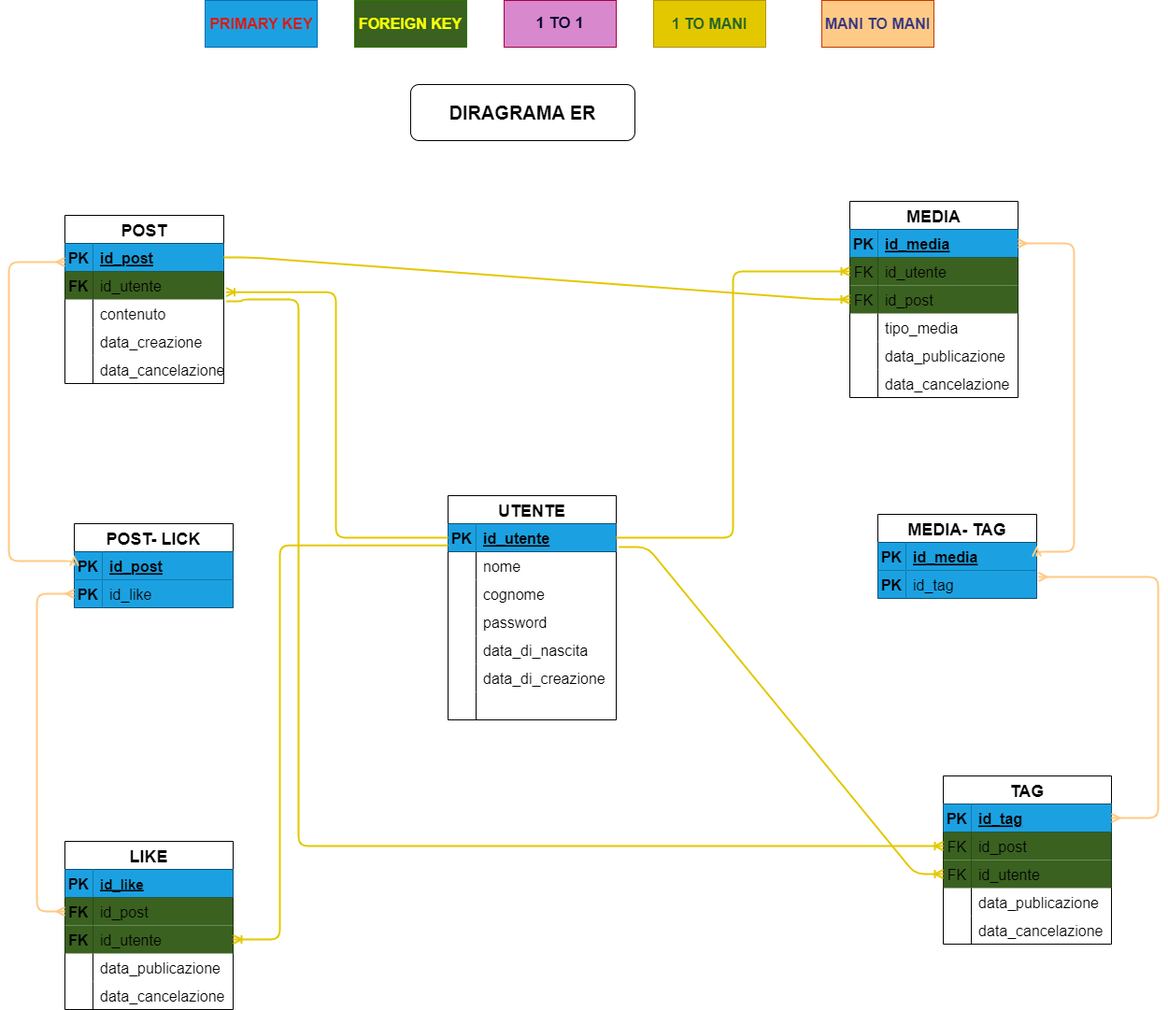
Earlier version of the draw.io export diagrama-er.drawio.png (telcheno/social-platform). Source tidied: cells renumbered, new cells last; positions are measured from the earlier drawing's top-left corner, leaving out a move shared by most shapes.
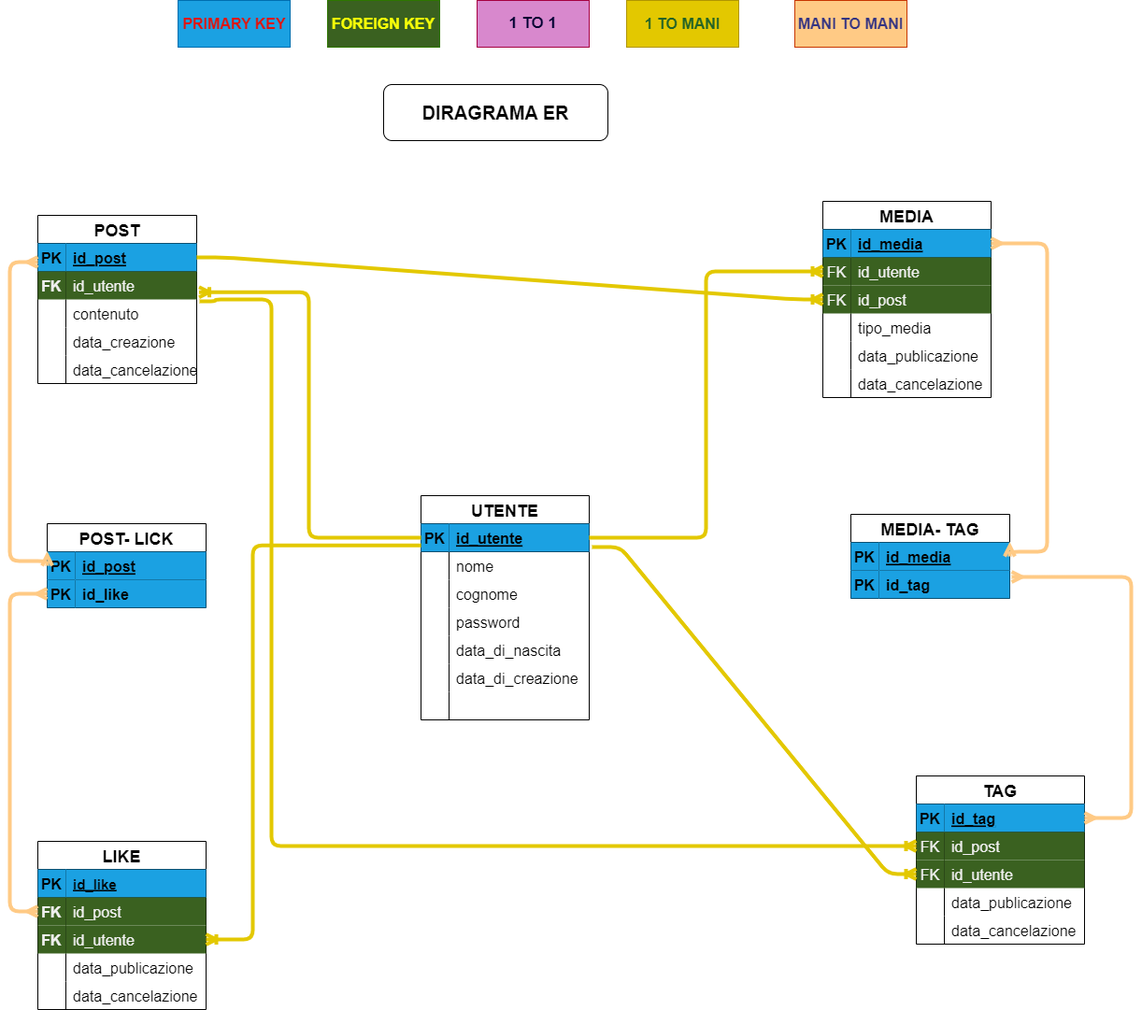
After the change.

Change to the diagram source:
```diff
@@ -83,10 +83,10 @@
     <mxCell id="28" style="shape=tableRow;horizontal=0;startSize=0;swimlaneHead=0;swimlaneBody=0;fillColor=none;points=[[0,0.5],[1,0.5]];portConstraint=eastwest;top=0;left=0;right=0;bottom=0;fontStyle=1;fontSize=16;" parent="24" vertex="1">
       <mxGeometry y="60" width="170" height="30" as="geometry" />
     </mxCell>
-    <mxCell id="29" value="FK" style="shape=partialRectangle;fillColor=#3A6120;top=0;left=0;bottom=0;right=0;overflow=hidden;fontStyle=1;fontSize=16;" parent="28" vertex="1">
+    <mxCell id="29" value="FK" style="shape=partialRectangle;fillColor=#3A6120;top=0;left=0;bottom=0;right=0;overflow=hidden;fontStyle=1;fontSize=16;fontColor=#f0f0f0;" parent="28" vertex="1">
       <mxGeometry width="30" height="30" as="geometry" />
     </mxCell>
-    <mxCell id="30" value="id_utente" style="shape=partialRectangle;fillColor=#3A6120;top=0;left=0;bottom=0;right=0;align=left;spacingLeft=6;overflow=hidden;fontSize=16;fontStyle=0;" parent="28" vertex="1">
+    <mxCell id="30" value="id_utente" style="shape=partialRectangle;fillColor=#3A6120;top=0;left=0;bottom=0;right=0;align=left;spacingLeft=6;overflow=hidden;fontSize=16;fontStyle=0;fontColor=#f0f0f0;" parent="28" vertex="1">
       <mxGeometry x="30" width="140" height="30" as="geometry" />
     </mxCell>
     <mxCell id="31" style="shape=tableRow;horizontal=0;startSize=0;swimlaneHead=0;swimlaneBody=0;fillColor=none;points=[[0,0.5],[1,0.5]];portConstraint=eastwest;top=0;left=0;right=0;bottom=0;" parent="24" vertex="1">
@@ -131,19 +131,19 @@
     <mxCell id="44" style="shape=tableRow;horizontal=0;startSize=0;swimlaneHead=0;swimlaneBody=0;fillColor=none;points=[[0,0.5],[1,0.5]];portConstraint=eastwest;top=0;left=0;right=0;bottom=0;" parent="40" vertex="1">
       <mxGeometry y="60" width="180" height="30" as="geometry" />
     </mxCell>
-    <mxCell id="45" value="FK" style="shape=partialRectangle;fillColor=#3A6120;top=0;left=0;bottom=0;right=0;overflow=hidden;fontSize=16;" parent="44" vertex="1">
+    <mxCell id="45" value="FK" style="shape=partialRectangle;fillColor=#3A6120;top=0;left=0;bottom=0;right=0;overflow=hidden;fontSize=16;fontStyle=0;fontColor=#f0f0f0;" parent="44" vertex="1">
       <mxGeometry width="30" height="30" as="geometry" />
     </mxCell>
-    <mxCell id="46" value="id_utente" style="shape=partialRectangle;fillColor=#3A6120;top=0;left=0;bottom=0;right=0;align=left;spacingLeft=6;overflow=hidden;fontSize=16;" parent="44" vertex="1">
+    <mxCell id="46" value="id_utente" style="shape=partialRectangle;fillColor=#3A6120;top=0;left=0;bottom=0;right=0;align=left;spacingLeft=6;overflow=hidden;fontSize=16;fontColor=#f0f0f0;" parent="44" vertex="1">
       <mxGeometry x="30" width="150" height="30" as="geometry" />
     </mxCell>
     <mxCell id="47" style="shape=tableRow;horizontal=0;startSize=0;swimlaneHead=0;swimlaneBody=0;fillColor=none;points=[[0,0.5],[1,0.5]];portConstraint=eastwest;top=0;left=0;right=0;bottom=0;" parent="40" vertex="1">
       <mxGeometry y="90" width="180" height="30" as="geometry" />
     </mxCell>
-    <mxCell id="48" value="FK" style="shape=partialRectangle;fillColor=#3A6120;top=0;left=0;bottom=0;right=0;overflow=hidden;fontSize=16;" parent="47" vertex="1">
+    <mxCell id="48" value="FK" style="shape=partialRectangle;fillColor=#3A6120;top=0;left=0;bottom=0;right=0;overflow=hidden;fontSize=16;fontColor=#f0f0f0;" parent="47" vertex="1">
       <mxGeometry width="30" height="30" as="geometry" />
     </mxCell>
-    <mxCell id="49" value="id_post" style="shape=partialRectangle;fillColor=#3A6120;top=0;left=0;bottom=0;right=0;align=left;spacingLeft=6;overflow=hidden;fontSize=16;" parent="47" vertex="1">
+    <mxCell id="49" value="id_post" style="shape=partialRectangle;fillColor=#3A6120;top=0;left=0;bottom=0;right=0;align=left;spacingLeft=6;overflow=hidden;fontSize=16;fontColor=#f0f0f0;" parent="47" vertex="1">
       <mxGeometry x="30" width="150" height="30" as="geometry" />
     </mxCell>
     <mxCell id="50" style="shape=tableRow;horizontal=0;startSize=0;swimlaneHead=0;swimlaneBody=0;fillColor=none;top=0;left=0;right=0;bottom=0;" parent="40" vertex="1">
@@ -188,19 +188,19 @@
     <mxCell id="63" style="shape=tableRow;horizontal=0;startSize=0;swimlaneHead=0;swimlaneBody=0;fillColor=none;points=[[0,0.5],[1,0.5]];portConstraint=eastwest;top=0;left=0;right=0;bottom=0;" parent="59" vertex="1">
       <mxGeometry y="60" width="180" height="30" as="geometry" />
     </mxCell>
-    <mxCell id="64" value="FK" style="shape=partialRectangle;fillColor=#3A6120;top=0;left=0;bottom=0;right=0;overflow=hidden;fontSize=16;" parent="63" vertex="1">
+    <mxCell id="64" value="FK" style="shape=partialRectangle;fillColor=#3A6120;top=0;left=0;bottom=0;right=0;overflow=hidden;fontSize=16;fontColor=#f0f0f0;" parent="63" vertex="1">
       <mxGeometry width="30" height="30" as="geometry" />
     </mxCell>
-    <mxCell id="65" value="id_post" style="shape=partialRectangle;fillColor=#3A6120;top=0;left=0;bottom=0;right=0;align=left;spacingLeft=6;overflow=hidden;fontSize=16;" parent="63" vertex="1">
+    <mxCell id="65" value="id_post" style="shape=partialRectangle;fillColor=#3A6120;top=0;left=0;bottom=0;right=0;align=left;spacingLeft=6;overflow=hidden;fontSize=16;fontColor=#f0f0f0;" parent="63" vertex="1">
       <mxGeometry x="30" width="150" height="30" as="geometry" />
     </mxCell>
     <mxCell id="66" style="shape=tableRow;horizontal=0;startSize=0;swimlaneHead=0;swimlaneBody=0;fillColor=none;points=[[0,0.5],[1,0.5]];portConstraint=eastwest;top=0;left=0;right=0;bottom=0;" parent="59" vertex="1">
       <mxGeometry y="90" width="180" height="30" as="geometry" />
     </mxCell>
-    <mxCell id="67" value="FK" style="shape=partialRectangle;fillColor=#3A6120;top=0;left=0;bottom=0;right=0;overflow=hidden;fontSize=16;" parent="66" vertex="1">
+    <mxCell id="67" value="FK" style="shape=partialRectangle;fillColor=#3A6120;top=0;left=0;bottom=0;right=0;overflow=hidden;fontSize=16;fontColor=#f0f0f0;" parent="66" vertex="1">
       <mxGeometry width="30" height="30" as="geometry" />
     </mxCell>
-    <mxCell id="68" value="id_utente" style="shape=partialRectangle;fillColor=#3A6120;top=0;left=0;bottom=0;right=0;align=left;spacingLeft=6;overflow=hidden;fontSize=16;" parent="66" vertex="1">
+    <mxCell id="68" value="id_utente" style="shape=partialRectangle;fillColor=#3A6120;top=0;left=0;bottom=0;right=0;align=left;spacingLeft=6;overflow=hidden;fontSize=16;fontColor=#f0f0f0;" parent="66" vertex="1">
       <mxGeometry x="30" width="150" height="30" as="geometry" />
     </mxCell>
     <mxCell id="69" style="shape=tableRow;horizontal=0;startSize=0;swimlaneHead=0;swimlaneBody=0;fillColor=none;top=0;left=0;right=0;bottom=0;" parent="59" vertex="1">
@@ -236,19 +236,19 @@
     <mxCell id="79" style="shape=tableRow;horizontal=0;startSize=0;swimlaneHead=0;swimlaneBody=0;fillColor=none;points=[[0,0.5],[1,0.5]];portConstraint=eastwest;top=0;left=0;right=0;bottom=0;" parent="75" vertex="1">
       <mxGeometry y="60" width="180" height="30" as="geometry" />
     </mxCell>
-    <mxCell id="80" value="FK" style="shape=partialRectangle;fillColor=#3A6120;top=0;left=0;bottom=0;right=0;overflow=hidden;fontSize=16;fontStyle=1;" parent="79" vertex="1">
+    <mxCell id="80" value="FK" style="shape=partialRectangle;fillColor=#3A6120;top=0;left=0;bottom=0;right=0;overflow=hidden;fontSize=16;fontStyle=1;fontColor=#f0f0f0;" parent="79" vertex="1">
       <mxGeometry width="30" height="30" as="geometry" />
     </mxCell>
-    <mxCell id="81" value="id_post" style="shape=partialRectangle;fillColor=#3A6120;top=0;left=0;bottom=0;right=0;align=left;spacingLeft=6;overflow=hidden;fontSize=16;" parent="79" vertex="1">
+    <mxCell id="81" value="id_post" style="shape=partialRectangle;fillColor=#3A6120;top=0;left=0;bottom=0;right=0;align=left;spacingLeft=6;overflow=hidden;fontSize=16;fontColor=#f0f0f0;" parent="79" vertex="1">
       <mxGeometry x="30" width="150" height="30" as="geometry" />
     </mxCell>
     <mxCell id="82" style="shape=tableRow;horizontal=0;startSize=0;swimlaneHead=0;swimlaneBody=0;fillColor=none;points=[[0,0.5],[1,0.5]];portConstraint=eastwest;top=0;left=0;right=0;bottom=0;" parent="75" vertex="1">
       <mxGeometry y="90" width="180" height="30" as="geometry" />
     </mxCell>
-    <mxCell id="83" value="FK" style="shape=partialRectangle;fillColor=#3A6120;top=0;left=0;bottom=0;right=0;overflow=hidden;fontSize=16;fontStyle=1;" parent="82" vertex="1">
+    <mxCell id="83" value="FK" style="shape=partialRectangle;fillColor=#3A6120;top=0;left=0;bottom=0;right=0;overflow=hidden;fontSize=16;fontStyle=1;fontColor=#f0f0f0;" parent="82" vertex="1">
       <mxGeometry width="30" height="30" as="geometry" />
     </mxCell>
-    <mxCell id="84" value="id_utente" style="shape=partialRectangle;fillColor=#3A6120;top=0;left=0;bottom=0;right=0;align=left;spacingLeft=6;overflow=hidden;fontSize=16;" parent="82" vertex="1">
+    <mxCell id="84" value="id_utente" style="shape=partialRectangle;fillColor=#3A6120;top=0;left=0;bottom=0;right=0;align=left;spacingLeft=6;overflow=hidden;fontSize=16;fontColor=#f0f0f0;" parent="82" vertex="1">
       <mxGeometry x="30" width="150" height="30" as="geometry" />
     </mxCell>
     <mxCell id="85" style="shape=tableRow;horizontal=0;startSize=0;swimlaneHead=0;swimlaneBody=0;fillColor=none;top=0;left=0;right=0;bottom=0;" parent="75" vertex="1">
@@ -284,13 +284,13 @@
     <mxCell id="95" value="&lt;b&gt;&lt;font color=&quot;#343482&quot; style=&quot;font-size: 16px;&quot;&gt;MANI TO MANI&lt;/font&gt;&lt;/b&gt;" style="rounded=0;whiteSpace=wrap;html=1;fillColor=#FFCA85;fontColor=#000000;strokeColor=#C73500;" parent="1" vertex="1">
       <mxGeometry x="870" width="120" height="50" as="geometry" />
     </mxCell>
-    <mxCell id="96" style="edgeStyle=orthogonalEdgeStyle;fontSize=12;html=1;endArrow=ERoneToMany;fontColor=#343482;entryX=0;entryY=0.5;entryDx=0;entryDy=0;strokeColor=#E3C800;exitX=1;exitY=0.5;exitDx=0;exitDy=0;strokeWidth=2;" parent="1" edge="1" source="3" target="44">
+    <mxCell id="96" style="edgeStyle=orthogonalEdgeStyle;fontSize=12;html=1;endArrow=ERoneToMany;fontColor=#343482;entryX=0;entryY=0.5;entryDx=0;entryDy=0;strokeColor=#E3C800;exitX=1;exitY=0.5;exitDx=0;exitDy=0;strokeWidth=4;" parent="1" edge="1" source="3" target="44">
       <mxGeometry relative="1" as="geometry" />
     </mxCell>
-    <mxCell id="97" style="fontSize=12;html=1;endArrow=ERoneToMany;strokeColor=#E3C800;fontColor=#343482;strokeWidth=2;elbow=vertical;entryX=1.015;entryY=0.74;entryDx=0;entryDy=0;entryPerimeter=0;exitX=0;exitY=0.5;exitDx=0;exitDy=0;edgeStyle=orthogonalEdgeStyle;" parent="1" edge="1" source="3" target="28">
+    <mxCell id="97" style="fontSize=12;html=1;endArrow=ERoneToMany;strokeColor=#E3C800;fontColor=#343482;strokeWidth=4;elbow=vertical;entryX=1.015;entryY=0.74;entryDx=0;entryDy=0;entryPerimeter=0;exitX=0;exitY=0.5;exitDx=0;exitDy=0;edgeStyle=orthogonalEdgeStyle;" parent="1" edge="1" source="3" target="28">
       <mxGeometry relative="1" as="geometry" />
     </mxCell>
-    <mxCell id="98" style="edgeStyle=entityRelationEdgeStyle;fontSize=12;html=1;endArrow=ERoneToMany;strokeColor=#E3C800;strokeWidth=2;fontColor=#343482;elbow=vertical;exitX=1;exitY=0.5;exitDx=0;exitDy=0;entryX=0;entryY=0.5;entryDx=0;entryDy=0;" parent="1" edge="1" source="25" target="47">
+    <mxCell id="98" style="edgeStyle=entityRelationEdgeStyle;fontSize=12;html=1;endArrow=ERoneToMany;strokeColor=#E3C800;strokeWidth=4;fontColor=#343482;elbow=vertical;exitX=1;exitY=0.5;exitDx=0;exitDy=0;entryX=0;entryY=0.5;entryDx=0;entryDy=0;" parent="1" edge="1" source="25" target="47">
       <mxGeometry relative="1" as="geometry" />
     </mxCell>
     <mxCell id="99" value="POST- LICK" style="shape=table;startSize=30;rowLines=0;fontStyle=1;align=center;fontSize=18;" parent="1" vertex="1">
@@ -311,20 +311,20 @@
     <mxCell id="104" value="PK" style="shape=partialRectangle;fillColor=#1BA1E2;top=0;left=0;bottom=0;right=0;overflow=hidden;fontStyle=1;fontSize=16;" parent="103" vertex="1">
       <mxGeometry width="30" height="30" as="geometry" />
     </mxCell>
-    <mxCell id="105" value="id_like" style="shape=partialRectangle;fillColor=#1BA1E2;top=0;left=0;bottom=0;right=0;align=left;spacingLeft=6;overflow=hidden;fontSize=16;fontStyle=0;strokeColor=#1BA1E2;" parent="103" vertex="1">
+    <mxCell id="105" value="id_like" style="shape=partialRectangle;fillColor=#1BA1E2;top=0;left=0;bottom=0;right=0;align=left;spacingLeft=6;overflow=hidden;fontSize=16;fontStyle=1;strokeColor=#1BA1E2;" parent="103" vertex="1">
       <mxGeometry x="30" width="140" height="30" as="geometry" />
     </mxCell>
-    <mxCell id="106" style="edgeStyle=orthogonalEdgeStyle;fontSize=12;html=1;endArrow=ERmany;startArrow=ERmany;strokeColor=#FFCA85;strokeWidth=2;fontColor=#FFFFFF;elbow=vertical;exitX=0;exitY=0.5;exitDx=0;exitDy=0;" parent="1" edge="1" source="100">
+    <mxCell id="106" style="edgeStyle=orthogonalEdgeStyle;fontSize=12;html=1;endArrow=ERmany;startArrow=ERmany;strokeColor=#FFCA85;strokeWidth=4;fontColor=#FFFFFF;elbow=vertical;exitX=0;exitY=0.5;exitDx=0;exitDy=0;" parent="1" edge="1" source="100">
       <mxGeometry relative="1" as="geometry">
         <mxPoint x="60" y="280" as="targetPoint" />
         <Array as="points">
           <mxPoint x="70" y="600" />
-          <mxPoint y="600" />
-          <mxPoint y="280" />
+          <mxPoint x="30" y="600" />
+          <mxPoint x="30" y="280" />
         </Array>
       </mxGeometry>
     </mxCell>
-    <mxCell id="107" style="edgeStyle=entityRelationEdgeStyle;fontSize=12;html=1;endArrow=ERoneToMany;strokeColor=#E3C800;strokeWidth=2;fontColor=#FFFFFF;entryX=0;entryY=0.5;entryDx=0;entryDy=0;exitX=1.017;exitY=-0.167;exitDx=0;exitDy=0;exitPerimeter=0;" parent="1" edge="1" source="6" target="66">
+    <mxCell id="107" style="edgeStyle=entityRelationEdgeStyle;fontSize=12;html=1;endArrow=ERoneToMany;strokeColor=#E3C800;strokeWidth=4;fontColor=#FFFFFF;entryX=0;entryY=0.5;entryDx=0;entryDy=0;exitX=1.017;exitY=-0.167;exitDx=0;exitDy=0;exitPerimeter=0;" parent="1" edge="1" source="6" target="66">
       <mxGeometry relative="1" as="geometry" />
     </mxCell>
     <mxCell id="108" value="MEDIA- TAG" style="shape=table;startSize=30;rowLines=0;fontStyle=1;align=center;fontSize=18;" parent="1" vertex="1">
@@ -345,10 +345,10 @@
     <mxCell id="113" value="PK" style="shape=partialRectangle;fillColor=#1BA1E2;top=0;left=0;bottom=0;right=0;overflow=hidden;fontStyle=1;fontSize=16;" parent="112" vertex="1">
       <mxGeometry width="30" height="30" as="geometry" />
     </mxCell>
-    <mxCell id="114" value="id_tag" style="shape=partialRectangle;fillColor=#1BA1E2;top=0;left=0;bottom=0;right=0;align=left;spacingLeft=6;overflow=hidden;fontSize=16;fontStyle=0;strokeColor=#1BA1E2;" parent="112" vertex="1">
+    <mxCell id="114" value="id_tag" style="shape=partialRectangle;fillColor=#1BA1E2;top=0;left=0;bottom=0;right=0;align=left;spacingLeft=6;overflow=hidden;fontSize=16;fontStyle=1;strokeColor=#1BA1E2;" parent="112" vertex="1">
       <mxGeometry x="30" width="140" height="30" as="geometry" />
     </mxCell>
-    <mxCell id="115" style="fontSize=12;html=1;endArrow=ERmany;startArrow=ERmany;strokeColor=#FFCA85;strokeWidth=2;fontColor=#FFFFFF;edgeStyle=orthogonalEdgeStyle;exitX=1;exitY=0.5;exitDx=0;exitDy=0;entryX=1;entryY=0.5;entryDx=0;entryDy=0;" parent="1" edge="1" source="41" target="109">
+    <mxCell id="115" style="fontSize=12;html=1;endArrow=ERmany;startArrow=ERmany;strokeColor=#FFCA85;strokeWidth=4;fontColor=#FFFFFF;edgeStyle=orthogonalEdgeStyle;exitX=1;exitY=0.5;exitDx=0;exitDy=0;entryX=1;entryY=0.5;entryDx=0;entryDy=0;" parent="1" edge="1" source="41" target="109">
       <mxGeometry relative="1" as="geometry">
         <Array as="points">
           <mxPoint x="1140" y="260" />
@@ -357,7 +357,7 @@
         </Array>
       </mxGeometry>
     </mxCell>
-    <mxCell id="116" style="edgeStyle=orthogonalEdgeStyle;fontSize=12;html=1;endArrow=ERmany;startArrow=ERmany;strokeColor=#FFCA85;strokeWidth=2;fontColor=#FFFFFF;exitX=1;exitY=0.5;exitDx=0;exitDy=0;entryX=1.012;entryY=1.233;entryDx=0;entryDy=0;entryPerimeter=0;" parent="1" edge="1" source="60" target="109">
+    <mxCell id="116" style="edgeStyle=orthogonalEdgeStyle;fontSize=12;html=1;endArrow=ERmany;startArrow=ERmany;strokeColor=#FFCA85;strokeWidth=4;fontColor=#FFFFFF;exitX=1;exitY=0.5;exitDx=0;exitDy=0;entryX=1.012;entryY=1.233;entryDx=0;entryDy=0;entryPerimeter=0;" parent="1" edge="1" source="60" target="109">
       <mxGeometry relative="1" as="geometry">
         <Array as="points">
           <mxPoint x="1230" y="875" />
@@ -365,7 +365,7 @@
         </Array>
       </mxGeometry>
     </mxCell>
-    <mxCell id="117" style="edgeStyle=orthogonalEdgeStyle;fontSize=12;html=1;endArrow=ERoneToMany;strokeColor=#E3C800;strokeWidth=2;fontColor=#FFFFFF;entryX=0;entryY=0.5;entryDx=0;entryDy=0;exitX=1.018;exitY=0.067;exitDx=0;exitDy=0;exitPerimeter=0;" parent="1" edge="1" source="31" target="63">
+    <mxCell id="117" style="edgeStyle=orthogonalEdgeStyle;fontSize=12;html=1;endArrow=ERoneToMany;strokeColor=#E3C800;strokeWidth=4;fontColor=#FFFFFF;entryX=0;entryY=0.5;entryDx=0;entryDy=0;exitX=1.018;exitY=0.067;exitDx=0;exitDy=0;exitPerimeter=0;" parent="1" edge="1" source="31" target="63">
       <mxGeometry relative="1" as="geometry">
         <Array as="points">
           <mxPoint x="250" y="322" />
@@ -375,7 +375,7 @@
         </Array>
       </mxGeometry>
     </mxCell>
-    <mxCell id="118" style="edgeStyle=orthogonalEdgeStyle;fontSize=12;html=1;endArrow=ERmany;startArrow=ERmany;strokeColor=#FFCA85;strokeWidth=2;fontColor=#F7FF08;exitX=0;exitY=0.5;exitDx=0;exitDy=0;entryX=0;entryY=0.5;entryDx=0;entryDy=0;" parent="1" edge="1" source="79" target="103">
+    <mxCell id="118" style="edgeStyle=orthogonalEdgeStyle;fontSize=12;html=1;endArrow=ERmany;startArrow=ERmany;strokeColor=#FFCA85;strokeWidth=4;fontColor=#F7FF08;exitX=0;exitY=0.5;exitDx=0;exitDy=0;entryX=0;entryY=0.5;entryDx=0;entryDy=0;" parent="1" edge="1" source="79" target="103">
       <mxGeometry relative="1" as="geometry">
         <Array as="points">
           <mxPoint x="30" y="975" />
@@ -383,7 +383,7 @@
         </Array>
       </mxGeometry>
     </mxCell>
-    <mxCell id="119" style="edgeStyle=orthogonalEdgeStyle;fontSize=12;html=1;endArrow=ERoneToMany;strokeColor=#E3C800;strokeWidth=2;fontColor=#F7FF08;exitX=0;exitY=-0.228;exitDx=0;exitDy=0;exitPerimeter=0;entryX=1;entryY=0.5;entryDx=0;entryDy=0;" parent="1" edge="1" source="6" target="82">
+    <mxCell id="119" style="edgeStyle=orthogonalEdgeStyle;fontSize=12;html=1;endArrow=ERoneToMany;strokeColor=#E3C800;strokeWidth=4;fontColor=#F7FF08;exitX=0;exitY=-0.228;exitDx=0;exitDy=0;exitPerimeter=0;entryX=1;entryY=0.5;entryDx=0;entryDy=0;" parent="1" edge="1" source="6" target="82">
       <mxGeometry relative="1" as="geometry">
         <Array as="points">
           <mxPoint x="290" y="583" />
```
